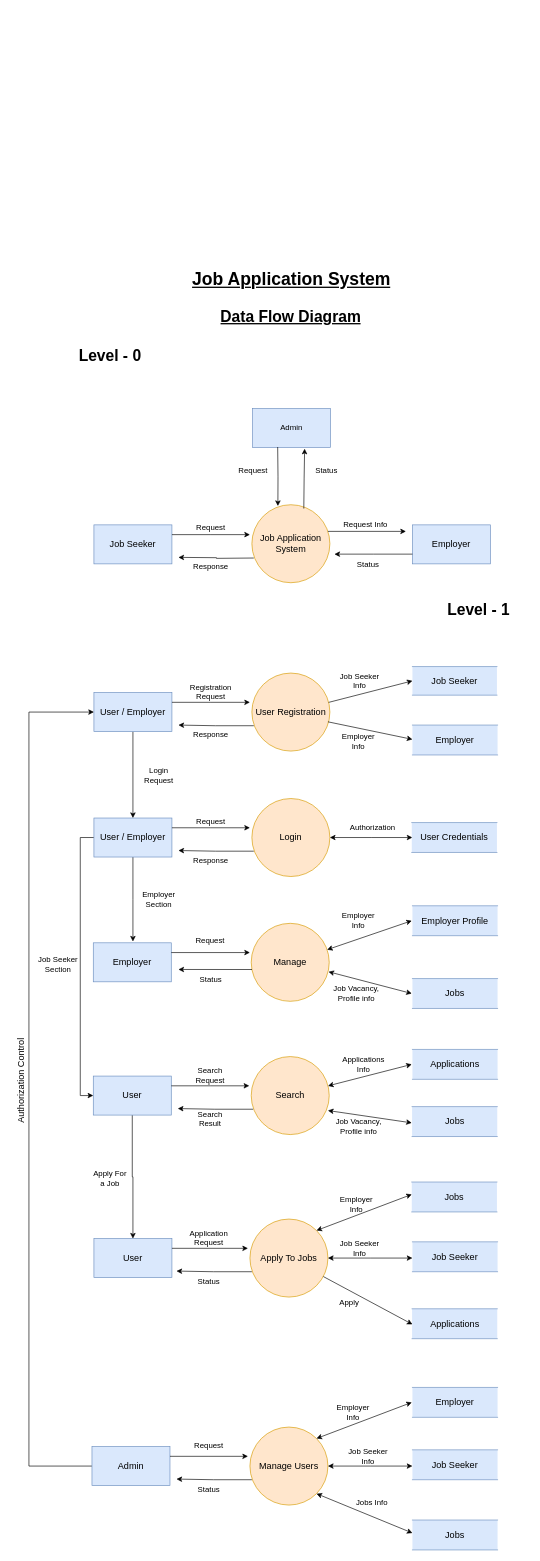
Earlier version of the draw.io diagram page "DFD" (1 of 2) of Job Management System.drawio (ramancodes/Diagrams). Source tidied: cells renumbered, new cells numbered last; positions are measured from the earlier drawing's top-left corner, leaving out a move shared by most shapes. Both pictures are drawn from the tidied source at 65%, with x=0, y=0 at pixel (-25, 265).
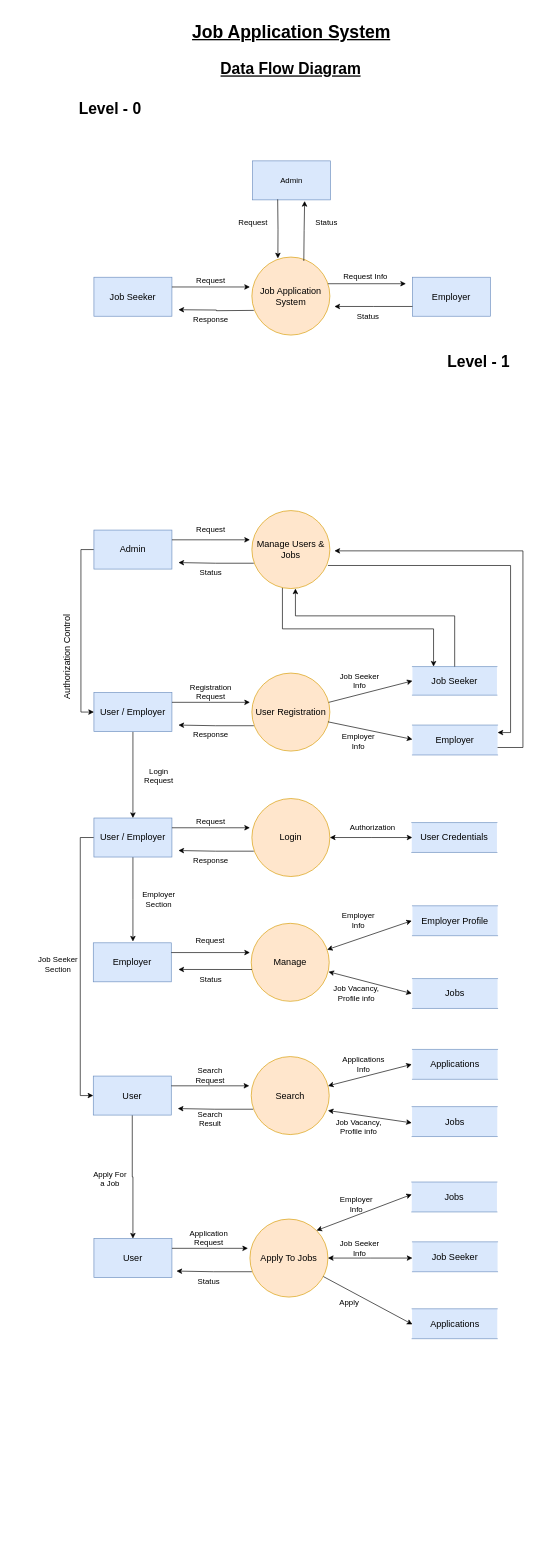
The same page after the edit.

The change refers to these unchanged cells:
```xml
<mxCell id="28" value="&lt;span style=&quot;font-size: 14px;&quot;&gt;User / Employer&lt;/span&gt;" style="rounded=0;whiteSpace=wrap;html=1;fillColor=#dae8fc;strokeColor=#6c8ebf;" parent="1" vertex="1">
  <mxGeometry x="182" y="657" width="120" height="60" as="geometry" />
</mxCell>
<mxCell id="91" value="&lt;font style=&quot;font-size: 14px;&quot;&gt;Job Seeker&lt;/font&gt;" style="html=1;dashed=0;whiteSpace=wrap;shape=partialRectangle;right=0;left=0;fillColor=#dae8fc;strokeColor=#6c8ebf;" parent="1" vertex="1">
  <mxGeometry x="672" y="617" width="130" height="44" as="geometry" />
</mxCell>
<mxCell id="92" value="&lt;font style=&quot;font-size: 14px;&quot;&gt;Employer&lt;/font&gt;" style="html=1;dashed=0;whiteSpace=wrap;shape=partialRectangle;right=0;left=0;fillColor=#dae8fc;strokeColor=#6c8ebf;" parent="1" vertex="1">
  <mxGeometry x="672" y="707" width="131" height="46" as="geometry" />
</mxCell>
```

Change to the diagram source:
```diff
@@
     <mxCell id="2" value="&lt;h1&gt;&lt;font style=&quot;font-size: 27px;&quot;&gt;Job Application System&lt;/font&gt;&lt;/h1&gt;" style="text;html=1;strokeColor=none;fillColor=none;spacing=5;spacingTop=-20;whiteSpace=wrap;overflow=hidden;rounded=0;align=center;fontStyle=4;" parent="1" vertex="1">
-      <mxGeometry x="321" width="330" height="40" as="geometry" />
+      <mxGeometry x="321" y="-381" width="330" height="40" as="geometry" />
     </mxCell>
     <mxCell id="3" value="&lt;h1&gt;Data Flow Diagram&lt;/h1&gt;" style="text;html=1;strokeColor=none;fillColor=none;spacing=5;spacingTop=-20;whiteSpace=wrap;overflow=hidden;rounded=0;align=center;fontStyle=4;" parent="1" vertex="1">
-      <mxGeometry x="360" y="59" width="250" height="40" as="geometry" />
+      <mxGeometry x="360" y="-322" width="250" height="40" as="geometry" />
     </mxCell>
     <mxCell id="4" value="&lt;h1&gt;Level - 0&lt;/h1&gt;" style="text;html=1;strokeColor=none;fillColor=none;spacing=5;spacingTop=-20;whiteSpace=wrap;overflow=hidden;rounded=0;align=center;" parent="1" vertex="1">
-      <mxGeometry x="147" y="120" width="120" height="40" as="geometry" />
+      <mxGeometry x="147" y="-261" width="120" height="40" as="geometry" />
     </mxCell>
     <mxCell id="5" value="&lt;font style=&quot;font-size: 14px;&quot;&gt;Job Seeker&lt;/font&gt;" style="rounded=0;whiteSpace=wrap;html=1;fillColor=#dae8fc;strokeColor=#6c8ebf;" parent="1" vertex="1">
-      <mxGeometry x="182" y="399" width="120" height="60" as="geometry" />
+      <mxGeometry x="182" y="18" width="120" height="60" as="geometry" />
     </mxCell>
     <mxCell id="6" value="&lt;font style=&quot;font-size: 14px;&quot;&gt;Job Application System&lt;/font&gt;" style="ellipse;whiteSpace=wrap;html=1;fillColor=#ffe6cc;strokeColor=#d79b00;" parent="1" vertex="1">
-      <mxGeometry x="425" y="368" width="120" height="120" as="geometry" />
+      <mxGeometry x="425" y="-13" width="120" height="120" as="geometry" />
     </mxCell>
     <mxCell id="7" value="&lt;font style=&quot;font-size: 14px;&quot;&gt;Employer&lt;/font&gt;" style="rounded=0;whiteSpace=wrap;html=1;fillColor=#dae8fc;strokeColor=#6c8ebf;" parent="1" vertex="1">
-      <mxGeometry x="672" y="399" width="120" height="60" as="geometry" />
+      <mxGeometry x="672" y="18" width="120" height="60" as="geometry" />
     </mxCell>
     <mxCell id="8" style="endArrow=classic;html=1;rounded=0;edgeStyle=orthogonalEdgeStyle;exitX=1;exitY=0.25;exitDx=0;exitDy=0;" parent="1" edge="1" source="5">
       <mxGeometry relative="1" as="geometry">
-        <mxPoint x="422" y="414" as="targetPoint" />
+        <mxPoint x="422" y="33" as="targetPoint" />
       </mxGeometry>
     </mxCell>
     <mxCell id="9" style="endArrow=classic;html=1;rounded=0;edgeStyle=orthogonalEdgeStyle;exitX=0.975;exitY=0.333;exitDx=0;exitDy=0;exitPerimeter=0;" parent="1" edge="1">
       <mxGeometry relative="1" as="geometry">
-        <mxPoint x="542" y="409" as="sourcePoint" />
-        <mxPoint x="662" y="409" as="targetPoint" />
+        <mxPoint x="542" y="28" as="sourcePoint" />
+        <mxPoint x="662" y="28" as="targetPoint" />
       </mxGeometry>
     </mxCell>
     <mxCell id="10" style="endArrow=classic;html=1;rounded=0;edgeStyle=orthogonalEdgeStyle;exitX=0;exitY=0.75;exitDx=0;exitDy=0;" parent="1" edge="1" source="7">
       <mxGeometry relative="1" as="geometry">
-        <mxPoint x="552" y="444" as="targetPoint" />
+        <mxPoint x="552" y="63" as="targetPoint" />
       </mxGeometry>
     </mxCell>
     <mxCell id="11" style="endArrow=classic;html=1;rounded=0;edgeStyle=orthogonalEdgeStyle;exitX=0.025;exitY=0.675;exitDx=0;exitDy=0;exitPerimeter=0;" parent="1" edge="1">
       <mxGeometry relative="1" as="geometry">
-        <mxPoint x="428" y="450" as="sourcePoint" />
-        <mxPoint x="312" y="449" as="targetPoint" />
+        <mxPoint x="428" y="69" as="sourcePoint" />
+        <mxPoint x="312" y="68" as="targetPoint" />
       </mxGeometry>
     </mxCell>
     <mxCell id="12" value="Request" style="text;html=1;strokeColor=none;fillColor=none;align=center;verticalAlign=middle;whiteSpace=wrap;rounded=0;" parent="1" vertex="1">
-      <mxGeometry x="332" y="389" width="60" height="30" as="geometry" />
+      <mxGeometry x="332" y="8" width="60" height="30" as="geometry" />
     </mxCell>
     <mxCell id="13" value="Request Info" style="text;html=1;strokeColor=none;fillColor=none;align=center;verticalAlign=middle;whiteSpace=wrap;rounded=0;" parent="1" vertex="1">
-      <mxGeometry x="560" y="384" width="80" height="30" as="geometry" />
+      <mxGeometry x="560" y="3" width="80" height="30" as="geometry" />
     </mxCell>
     <mxCell id="14" value="Response" style="text;html=1;strokeColor=none;fillColor=none;align=center;verticalAlign=middle;whiteSpace=wrap;rounded=0;" parent="1" vertex="1">
-      <mxGeometry x="332" y="449" width="60" height="30" as="geometry" />
+      <mxGeometry x="332" y="68" width="60" height="30" as="geometry" />
     </mxCell>
     <mxCell id="15" value="Status" style="text;html=1;strokeColor=none;fillColor=none;align=center;verticalAlign=middle;whiteSpace=wrap;rounded=0;" parent="1" vertex="1">
-      <mxGeometry x="574" y="445" width="60" height="30" as="geometry" />
+      <mxGeometry x="574" y="64" width="60" height="30" as="geometry" />
     </mxCell>
     <mxCell id="16" value="&lt;h1&gt;Level - 1&lt;/h1&gt;" style="text;html=1;strokeColor=none;fillColor=none;spacing=5;spacingTop=-20;whiteSpace=wrap;overflow=hidden;rounded=0;" parent="1" vertex="1">
-      <mxGeometry x="721" y="510" width="110" height="40" as="geometry" />
+      <mxGeometry x="721" y="129" width="110" height="40" as="geometry" />
     </mxCell>
@@
     <mxCell id="55" style="edgeStyle=orthogonalEdgeStyle;rounded=0;jettySize=auto;html=1;entryX=0;entryY=0.5;entryDx=0;entryDy=0;" parent="1" edge="1" source="56" target="28">
       <mxGeometry relative="1" as="geometry">
         <Array as="points">
-          <mxPoint x="82" y="1847" />
-          <mxPoint x="82" y="687" />
+          <mxPoint x="162" y="437" />
+          <mxPoint x="162" y="687" />
         </Array>
       </mxGeometry>
     </mxCell>
     <mxCell id="56" value="&lt;span style=&quot;font-size: 14px;&quot;&gt;Admin&lt;/span&gt;" style="rounded=0;whiteSpace=wrap;html=1;fillColor=#dae8fc;strokeColor=#6c8ebf;" parent="1" vertex="1">
-      <mxGeometry x="179" y="1817" width="120" height="60" as="geometry" />
+      <mxGeometry x="182" y="407" width="120" height="60" as="geometry" />
     </mxCell>
+    <mxCell id="107" style="edgeStyle=orthogonalEdgeStyle;rounded=0;jettySize=auto;html=1;entryX=0.25;entryY=0;entryDx=0;entryDy=0;" parent="1" edge="1" source="57" target="91">
+      <mxGeometry relative="1" as="geometry">
+        <Array as="points">
+          <mxPoint x="472" y="559" />
+          <mxPoint x="705" y="559" />
+        </Array>
+      </mxGeometry>
+    </mxCell>
+    <mxCell id="108" style="edgeStyle=orthogonalEdgeStyle;rounded=0;jettySize=auto;html=1;exitX=0.975;exitY=0.704;exitDx=0;exitDy=0;entryX=1;entryY=0.25;entryDx=0;entryDy=0;exitPerimeter=0;" parent="1" edge="1" source="57" target="92">
+      <mxGeometry relative="1" as="geometry">
+        <Array as="points">
+          <mxPoint x="823" y="462" />
+          <mxPoint x="823" y="718" />
+        </Array>
+      </mxGeometry>
+    </mxCell>
-    <mxCell id="57" value="&lt;span style=&quot;font-size: 14px;&quot;&gt;Manage Users&lt;/span&gt;" style="ellipse;whiteSpace=wrap;html=1;fillColor=#ffe6cc;strokeColor=#d79b00;" parent="1" vertex="1">
-      <mxGeometry x="422" y="1787" width="120" height="120" as="geometry" />
+    <mxCell id="57" value="&lt;span style=&quot;font-size: 14px;&quot;&gt;Manage Users &amp;amp; Jobs&lt;/span&gt;" style="ellipse;whiteSpace=wrap;html=1;fillColor=#ffe6cc;strokeColor=#d79b00;" parent="1" vertex="1">
+      <mxGeometry x="425" y="377" width="120" height="120" as="geometry" />
     </mxCell>
     <mxCell id="58" style="endArrow=classic;html=1;rounded=0;edgeStyle=orthogonalEdgeStyle;exitX=1;exitY=0.25;exitDx=0;exitDy=0;" parent="1" edge="1" source="56">
       <mxGeometry relative="1" as="geometry">
-        <mxPoint x="419" y="1832" as="targetPoint" />
+        <mxPoint x="422" y="422" as="targetPoint" />
       </mxGeometry>
     </mxCell>
     <mxCell id="59" style="endArrow=classic;html=1;rounded=0;edgeStyle=orthogonalEdgeStyle;exitX=0.025;exitY=0.675;exitDx=0;exitDy=0;exitPerimeter=0;" parent="1" edge="1" source="57">
       <mxGeometry relative="1" as="geometry">
-        <mxPoint x="309" y="1867" as="targetPoint" />
+        <mxPoint x="312" y="457" as="targetPoint" />
       </mxGeometry>
     </mxCell>
     <mxCell id="60" value="Request" style="text;html=1;strokeColor=none;fillColor=none;align=center;verticalAlign=middle;whiteSpace=wrap;rounded=0;" parent="1" vertex="1">
-      <mxGeometry x="329" y="1801" width="60" height="30" as="geometry" />
+      <mxGeometry x="332" y="391" width="60" height="30" as="geometry" />
     </mxCell>
     <mxCell id="61" value="Status" style="text;html=1;strokeColor=none;fillColor=none;align=center;verticalAlign=middle;whiteSpace=wrap;rounded=0;" parent="1" vertex="1">
-      <mxGeometry x="329" y="1868" width="60" height="30" as="geometry" />
+      <mxGeometry x="332" y="458" width="60" height="30" as="geometry" />
     </mxCell>
-    <mxCell id="62" value="Employer Info" style="text;html=1;strokeColor=none;fillColor=none;align=center;verticalAlign=middle;whiteSpace=wrap;rounded=0;" parent="1" vertex="1">
-      <mxGeometry x="545" y="1749" width="72" height="30" as="geometry" />
-    </mxCell>
-    <mxCell id="63" value="Job Seeker Info" style="text;html=1;strokeColor=none;fillColor=none;align=center;verticalAlign=middle;whiteSpace=wrap;rounded=0;" parent="1" vertex="1">
-      <mxGeometry x="570" y="1817" width="68" height="30" as="geometry" />
-    </mxCell>
-    <mxCell id="64" style="endArrow=classic;startArrow=classic;html=1;rounded=0;edgeStyle=orthogonalEdgeStyle;entryX=0;entryY=0.5;entryDx=0;entryDy=0;exitX=1;exitY=0.5;exitDx=0;exitDy=0;" parent="1" edge="1" source="57">
-      <mxGeometry relative="1" as="geometry">
-        <mxPoint x="672" y="1847" as="targetPoint" />
-      </mxGeometry>
-    </mxCell>
-    <mxCell id="65" value="Jobs Info" style="text;html=1;strokeColor=none;fillColor=none;align=center;verticalAlign=middle;whiteSpace=wrap;rounded=0;" parent="1" vertex="1">
-      <mxGeometry x="580" y="1889" width="60" height="30" as="geometry" />
-    </mxCell>
     <mxCell id="66" value="Request" style="text;html=1;strokeColor=none;fillColor=none;align=center;verticalAlign=middle;whiteSpace=wrap;rounded=0;" parent="1" vertex="1">
-      <mxGeometry x="397" y="300" width="60" height="30" as="geometry" />
+      <mxGeometry x="397" y="-81" width="60" height="30" as="geometry" />
     </mxCell>
     <mxCell id="67" value="Status" style="text;html=1;strokeColor=none;fillColor=none;align=center;verticalAlign=middle;whiteSpace=wrap;rounded=0;" parent="1" vertex="1">
-      <mxGeometry x="510" y="300" width="60" height="30" as="geometry" />
+      <mxGeometry x="510" y="-81" width="60" height="30" as="geometry" />
     </mxCell>
     <mxCell id="68" value="Admin" style="rounded=0;whiteSpace=wrap;html=1;fillColor=#dae8fc;strokeColor=#6c8ebf;" parent="1" vertex="1">
-      <mxGeometry x="426" y="220" width="120" height="60" as="geometry" />
+      <mxGeometry x="426" y="-161" width="120" height="60" as="geometry" />
     </mxCell>
     <mxCell id="69" style="endArrow=classic;html=1;rounded=0;edgeStyle=orthogonalEdgeStyle;exitX=0.356;exitY=0.987;exitDx=0;exitDy=0;exitPerimeter=0;" parent="1" edge="1">
       <mxGeometry relative="1" as="geometry">
-        <mxPoint x="464.7" y="279.2" as="sourcePoint" />
-        <mxPoint x="465" y="370" as="targetPoint" />
+        <mxPoint x="464.7" y="-101.8" as="sourcePoint" />
+        <mxPoint x="465" y="-11" as="targetPoint" />
       </mxGeometry>
     </mxCell>
     <mxCell id="70" style="endArrow=classic;html=1;rounded=0;edgeStyle=orthogonalEdgeStyle;entryX=0.668;entryY=1.03;entryDx=0;entryDy=0;entryPerimeter=0;exitX=0.691;exitY=-0.009;exitDx=0;exitDy=0;exitPerimeter=0;" parent="1" edge="1" target="68">
       <mxGeometry relative="1" as="geometry">
-        <mxPoint x="504.9" y="373.9" as="sourcePoint" />
+        <mxPoint x="504.9" y="-7.1" as="sourcePoint" />
       </mxGeometry>
     </mxCell>
@@
-    <mxCell id="81" style="endArrow=classic;startArrow=classic;html=1;rounded=0;exitX=1;exitY=1;exitDx=0;exitDy=0;" parent="1" edge="1" source="57">
-      <mxGeometry relative="1" as="geometry">
-        <mxPoint x="672" y="1950" as="targetPoint" />
-      </mxGeometry>
-    </mxCell>
-    <mxCell id="82" style="endArrow=classic;startArrow=classic;html=1;rounded=0;exitX=1;exitY=0;exitDx=0;exitDy=0;entryX=0;entryY=0.5;entryDx=0;entryDy=0;" parent="1" edge="1" source="57">
-      <mxGeometry relative="1" as="geometry">
-        <mxPoint x="671" y="1749" as="targetPoint" />
-      </mxGeometry>
-    </mxCell>
@@
-    <mxCell id="101" value="&lt;font style=&quot;font-size: 14px;&quot;&gt;Employer&lt;/font&gt;" style="html=1;dashed=0;whiteSpace=wrap;shape=partialRectangle;right=0;left=0;fillColor=#dae8fc;strokeColor=#6c8ebf;" parent="1" vertex="1">
-      <mxGeometry x="672" y="1726" width="131" height="46" as="geometry" />
-    </mxCell>
-    <mxCell id="102" value="&lt;font style=&quot;font-size: 14px;&quot;&gt;Job Seeker&lt;/font&gt;" style="html=1;dashed=0;whiteSpace=wrap;shape=partialRectangle;right=0;left=0;fillColor=#dae8fc;strokeColor=#6c8ebf;" parent="1" vertex="1">
-      <mxGeometry x="672" y="1822" width="131" height="46" as="geometry" />
-    </mxCell>
-    <mxCell id="103" value="&lt;font style=&quot;font-size: 14px;&quot;&gt;Jobs&lt;/font&gt;" style="html=1;dashed=0;whiteSpace=wrap;shape=partialRectangle;right=0;left=0;fillColor=#dae8fc;strokeColor=#6c8ebf;" parent="1" vertex="1">
-      <mxGeometry x="672" y="1930" width="131" height="46" as="geometry" />
-    </mxCell>
@@
     <mxCell id="106" value="&lt;font style=&quot;font-size: 14px;&quot;&gt;Authorization Control&lt;/font&gt;" style="text;html=1;strokeColor=none;fillColor=none;align=center;verticalAlign=middle;whiteSpace=wrap;rounded=0;rotation=270;" parent="1" vertex="1">
-      <mxGeometry x="-0.5" y="1239.5" width="140" height="30" as="geometry" />
+      <mxGeometry x="71" y="587" width="140" height="30" as="geometry" />
     </mxCell>
+    <mxCell id="109" style="edgeStyle=orthogonalEdgeStyle;rounded=0;jettySize=auto;html=1;exitX=0.5;exitY=0;exitDx=0;exitDy=0;" parent="1" edge="1" source="91">
+      <mxGeometry relative="1" as="geometry">
+        <mxPoint x="492" y="497" as="targetPoint" />
+        <Array as="points">
+          <mxPoint x="737" y="539" />
+          <mxPoint x="492" y="539" />
+          <mxPoint x="492" y="497" />
+        </Array>
+      </mxGeometry>
+    </mxCell>
+    <mxCell id="110" style="edgeStyle=orthogonalEdgeStyle;rounded=0;jettySize=auto;html=1;exitX=1;exitY=0.75;exitDx=0;exitDy=0;" parent="1" edge="1" source="92">
+      <mxGeometry relative="1" as="geometry">
+        <mxPoint x="552" y="439" as="targetPoint" />
+        <Array as="points">
+          <mxPoint x="842" y="742" />
+          <mxPoint x="842" y="439" />
+        </Array>
+      </mxGeometry>
+    </mxCell>
```
